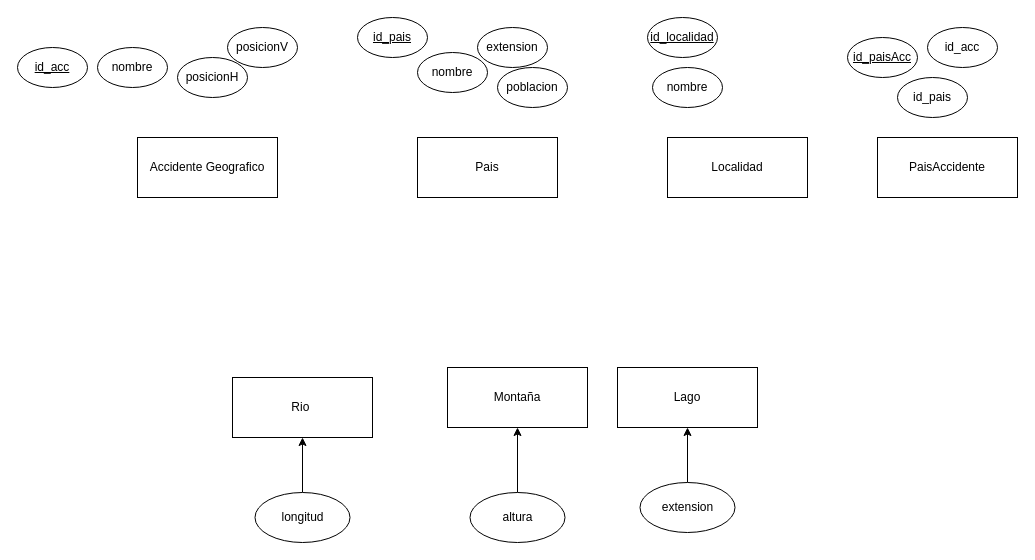
Before: ej11.drawio in adriii28/amr-tsys-C3U12-11102023, a draw.io diagram. Source tidied: cells renumbered, new cells numbered last; positions are measured from the earlier drawing's top-left corner, leaving out a move shared by most shapes. Both pictures are drawn from the tidied source at 100%, with x=0, y=0 at pixel (17, 17).
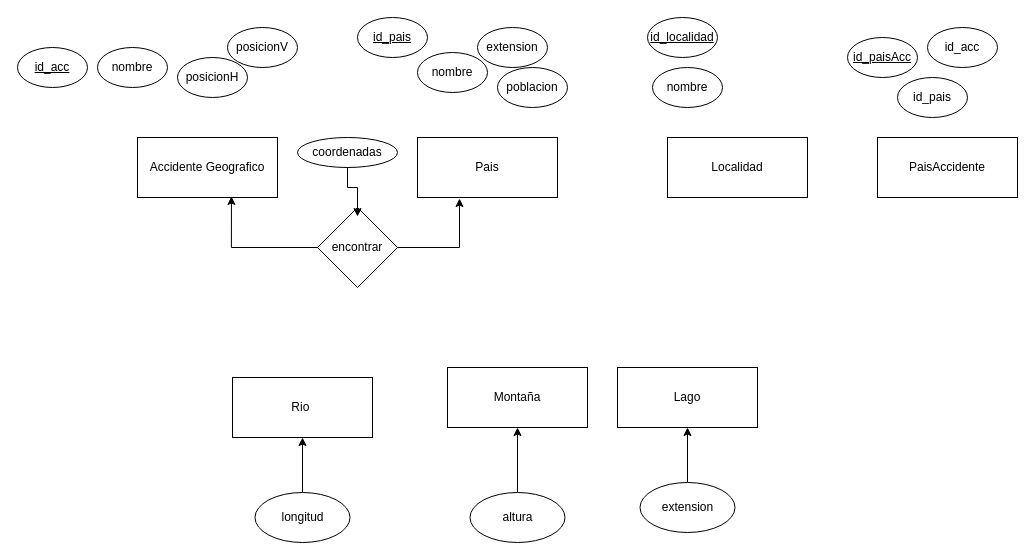
After the change.

Commit message:
accidente pais relacion

Unchanged cells that the change refers to:
```xml
<mxCell id="2" value="Accidente Geografico" style="rounded=0;whiteSpace=wrap;html=1;" parent="1" vertex="1">
  <mxGeometry x="120" y="120" width="140" height="60" as="geometry" />
</mxCell>
<mxCell id="6" value="Pais" style="rounded=0;whiteSpace=wrap;html=1;" parent="1" vertex="1">
  <mxGeometry x="400" y="120" width="140" height="60" as="geometry" />
</mxCell>
```

What changed in the source:
```diff
@@
+    <mxCell id="28" value="encontrar" style="rhombus;whiteSpace=wrap;html=1;" parent="1" vertex="1">
+      <mxGeometry x="300" y="190" width="80" height="80" as="geometry" />
+    </mxCell>
+    <mxCell id="29" style="edgeStyle=orthogonalEdgeStyle;rounded=0;jettySize=auto;html=1;entryX=0.671;entryY=0.983;entryDx=0;entryDy=0;entryPerimeter=0;" parent="1" edge="1" source="28" target="2">
+      <mxGeometry relative="1" as="geometry" />
+    </mxCell>
+    <mxCell id="30" style="edgeStyle=orthogonalEdgeStyle;rounded=0;jettySize=auto;html=1;entryX=0.3;entryY=1.017;entryDx=0;entryDy=0;entryPerimeter=0;" parent="1" edge="1" source="28" target="6">
+      <mxGeometry relative="1" as="geometry" />
+    </mxCell>
+    <mxCell id="31" value="coordenadas" style="ellipse;whiteSpace=wrap;html=1;" parent="1" vertex="1">
+      <mxGeometry x="280" y="120" width="100" height="30" as="geometry" />
+    </mxCell>
+    <mxCell id="32" style="edgeStyle=orthogonalEdgeStyle;rounded=0;jettySize=auto;html=1;entryX=0.5;entryY=0.113;entryDx=0;entryDy=0;entryPerimeter=0;" parent="1" edge="1" source="31" target="28">
+      <mxGeometry relative="1" as="geometry" />
+    </mxCell>
```
